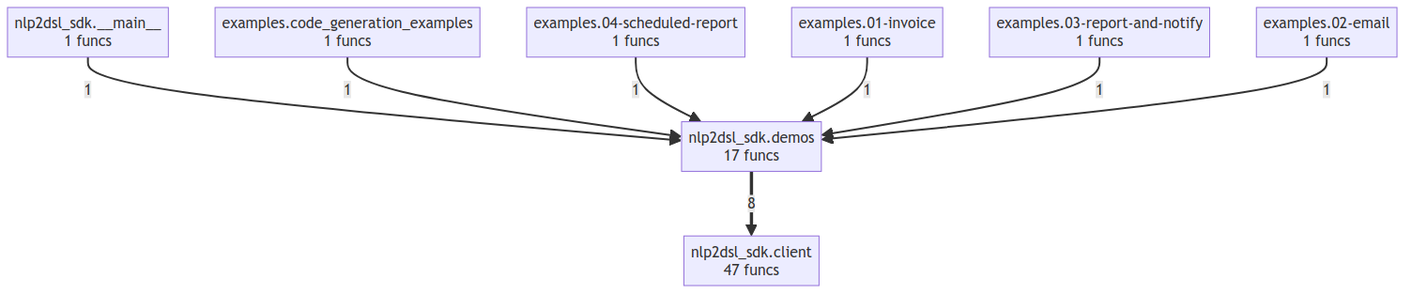
Before: project/compact_flow.png, a diagram exported from Mermaid (wronai/nlp2dsl). Its source is kept beside it as project/compact_flow.mmd. Its diagram source:
```mermaid
flowchart TD
    examples__01_invoice["examples.01-invoice<br/>1 funcs"]
    examples__02_email["examples.02-email<br/>1 funcs"]
    examples__03_report_and_notify["examples.03-report-and-notify<br/>1 funcs"]
    examples__04_scheduled_report["examples.04-scheduled-report<br/>1 funcs"]
    examples__code_generation_examples["examples.code_generation_examples<br/>1 funcs"]
    nlp2dsl_sdk____main__["nlp2dsl_sdk.__main__<br/>1 funcs"]
    nlp2dsl_sdk__client["nlp2dsl_sdk.client<br/>47 funcs"]
    nlp2dsl_sdk__demos["nlp2dsl_sdk.demos<br/>17 funcs"]
    nlp2dsl_sdk__demos ==>|8| nlp2dsl_sdk__client
    nlp2dsl_sdk____main__ -->|1| nlp2dsl_sdk__demos
    examples__code_generation_examples -->|1| nlp2dsl_sdk__demos
    examples__04_scheduled_report -->|1| nlp2dsl_sdk__demos
    examples__01_invoice -->|1| nlp2dsl_sdk__demos
    examples__03_report_and_notify -->|1| nlp2dsl_sdk__demos
    examples__02_email -->|1| nlp2dsl_sdk__demos
```
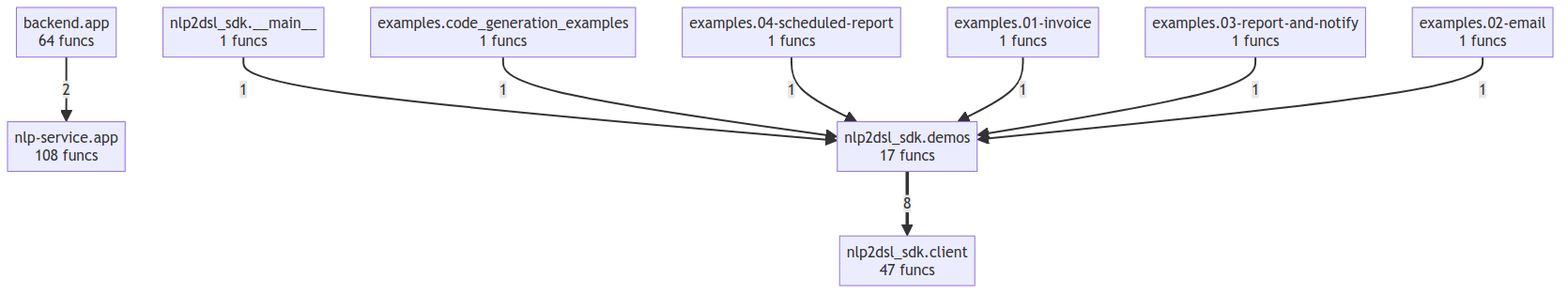
After the change.

Diff of the diagram source:
```diff
@@ -1,13 +1,16 @@
 flowchart TD
+    backend__app["backend.app<br/>64 funcs"]
     examples__01_invoice["examples.01-invoice<br/>1 funcs"]
     examples__02_email["examples.02-email<br/>1 funcs"]
     examples__03_report_and_notify["examples.03-report-and-notify<br/>1 funcs"]
     examples__04_scheduled_report["examples.04-scheduled-report<br/>1 funcs"]
     examples__code_generation_examples["examples.code_generation_examples<br/>1 funcs"]
+    nlp_service__app["nlp-service.app<br/>108 funcs"]
     nlp2dsl_sdk____main__["nlp2dsl_sdk.__main__<br/>1 funcs"]
     nlp2dsl_sdk__client["nlp2dsl_sdk.client<br/>47 funcs"]
     nlp2dsl_sdk__demos["nlp2dsl_sdk.demos<br/>17 funcs"]
     nlp2dsl_sdk__demos ==>|8| nlp2dsl_sdk__client
+    backend__app -->|2| nlp_service__app
     nlp2dsl_sdk____main__ -->|1| nlp2dsl_sdk__demos
     examples__code_generation_examples -->|1| nlp2dsl_sdk__demos
     examples__04_scheduled_report -->|1| nlp2dsl_sdk__demos
```
